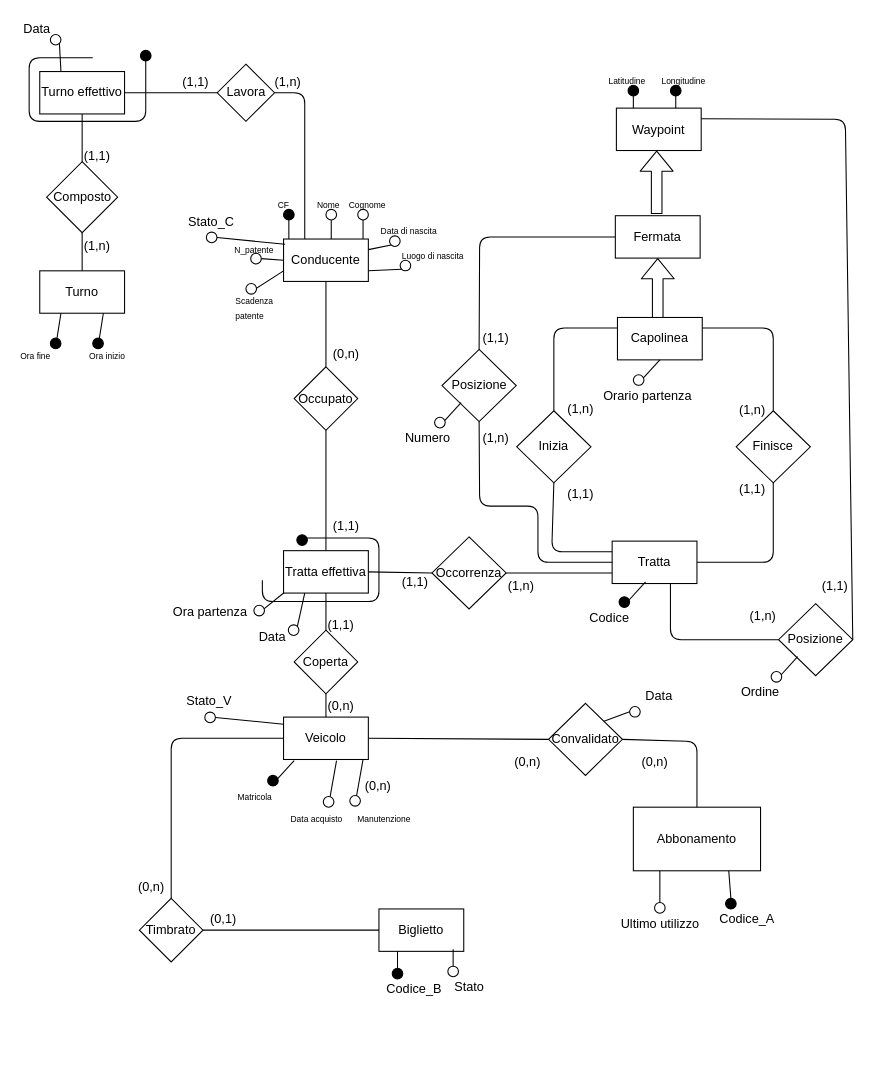
Before: ER_Ottimizzato.drawio in Ivan-Palm/Progetto-Basi-di-Dati, a draw.io diagram. Source tidied: cells renumbered, new cells numbered last; positions are measured from the earlier drawing's top-left corner, leaving out a move shared by most shapes. Both pictures are drawn from the tidied source at 106%, with x=0, y=0 at pixel (18, 18).
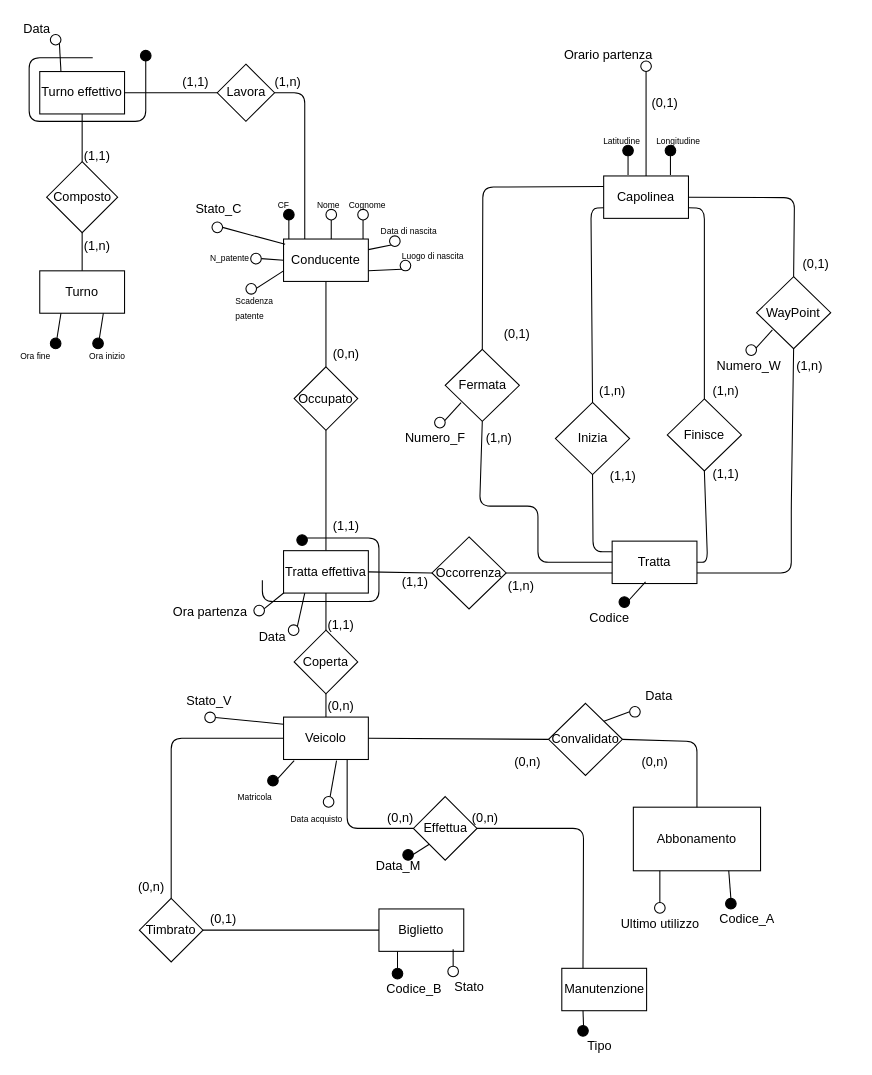
The same diagram, later.

The change refers to these unchanged cells:
```xml
<mxCell id="6" value="Tratta" style="rounded=0;whiteSpace=wrap;html=1;" parent="1" vertex="1">
  <mxGeometry x="560" y="493" width="80" height="40" as="geometry" />
</mxCell>
<mxCell id="26" value="Veicolo" style="rounded=0;whiteSpace=wrap;html=1;" parent="1" vertex="1">
  <mxGeometry x="250" y="659" width="80" height="40" as="geometry" />
</mxCell>
```

What changed in the source:
```diff
@@
-    <mxCell id="5" style="shape=flexArrow;endArrow=classic;html=1;entryX=0.5;entryY=1;entryDx=0;entryDy=0;fillColor=#FFFFFF;" parent="1" edge="1">
-      <mxGeometry relative="1" as="geometry">
-        <mxPoint x="603" y="286" as="sourcePoint" />
-        <mxPoint x="603" y="226" as="targetPoint" />
-      </mxGeometry>
-    </mxCell>
@@
     <mxCell id="7" style="endArrow=none;html=1;fillColor=#000000;exitX=0.25;exitY=0;exitDx=0;exitDy=0;" parent="1" edge="1">
       <mxGeometry relative="1" as="geometry">
-        <mxPoint x="580" y="91" as="sourcePoint" />
-        <mxPoint x="580" y="71" as="targetPoint" />
+        <mxPoint x="575" y="147.5" as="sourcePoint" />
+        <mxPoint x="575" y="127.5" as="targetPoint" />
       </mxGeometry>
     </mxCell>
-    <mxCell id="8" value="Fermata" style="rounded=0;whiteSpace=wrap;html=1;" parent="1" vertex="1">
-      <mxGeometry x="563" y="186" width="80" height="40" as="geometry" />
-    </mxCell>
     <mxCell id="9" style="endArrow=none;html=1;fillColor=#000000;exitX=0.75;exitY=0;exitDx=0;exitDy=0;" parent="1" edge="1">
       <mxGeometry relative="1" as="geometry">
-        <mxPoint x="620" y="91" as="sourcePoint" />
-        <mxPoint x="620" y="71" as="targetPoint" />
+        <mxPoint x="615" y="147.5" as="sourcePoint" />
+        <mxPoint x="615" y="127.5" as="targetPoint" />
       </mxGeometry>
     </mxCell>
     <mxCell id="10" value="&lt;font style=&quot;font-size: 8px&quot;&gt;Latitudine&lt;/font&gt;" style="text;html=1;align=left;verticalAlign=top;spacingTop=-4;" parent="1" vertex="1">
-      <mxGeometry x="555" y="48" width="50" height="20" as="geometry" />
+      <mxGeometry x="550" y="104.5" width="50" height="20" as="geometry" />
     </mxCell>
     <mxCell id="11" style="ellipse;whiteSpace=wrap;html=1;fillColor=#000000;" parent="1" vertex="1">
-      <mxGeometry x="575" y="63" width="10" height="10" as="geometry" />
+      <mxGeometry x="570" y="119.5" width="10" height="10" as="geometry" />
     </mxCell>
     <mxCell id="12" value="&lt;font style=&quot;font-size: 8px&quot;&gt;Longitudine&lt;/font&gt;" style="text;html=1;align=left;verticalAlign=top;spacingTop=-4;" parent="1" vertex="1">
-      <mxGeometry x="605" y="48" width="50" height="20" as="geometry" />
+      <mxGeometry x="600" y="104.5" width="50" height="20" as="geometry" />
     </mxCell>
     <mxCell id="13" style="ellipse;whiteSpace=wrap;html=1;fillColor=#000000;" parent="1" vertex="1">
-      <mxGeometry x="615" y="63" width="10" height="10" as="geometry" />
+      <mxGeometry x="610" y="119.5" width="10" height="10" as="geometry" />
     </mxCell>
-    <mxCell id="14" value="Waypoint" style="rounded=0;whiteSpace=wrap;html=1;" parent="1" vertex="1">
-      <mxGeometry x="564" y="84.5" width="80" height="40" as="geometry" />
-    </mxCell>
@@
-    <mxCell id="51" style="endArrow=none;html=1;fillColor=#000000;exitX=0.625;exitY=1.025;exitDx=0;exitDy=0;exitPerimeter=0;" parent="1" edge="1">
-      <mxGeometry relative="1" as="geometry">
-        <mxPoint x="325" y="699" as="sourcePoint" />
-        <mxPoint x="317.5" y="741" as="targetPoint" />
-      </mxGeometry>
-    </mxCell>
-    <mxCell id="52" value="&lt;font style=&quot;font-size: 8px&quot;&gt;Manutenzione&lt;/font&gt;" style="text;html=1;points=[];align=left;verticalAlign=top;spacingTop=-4;" parent="1" vertex="1">
-      <mxGeometry x="317.5" y="744" width="60" height="20" as="geometry" />
-    </mxCell>
-    <mxCell id="53" style="ellipse;whiteSpace=wrap;html=1;fillColor=#FFFFFF;" parent="1" vertex="1">
-      <mxGeometry x="312.5" y="733" width="10" height="10" as="geometry" />
-    </mxCell>
-    <mxCell id="54" value="(0,n)" style="text;html=1;align=left;verticalAlign=top;spacingTop=-4;" parent="1" vertex="1">
-      <mxGeometry x="325" y="714" width="40" height="20" as="geometry" />
-    </mxCell>
@@
     <mxCell id="87" value="&lt;font style=&quot;font-size: 8px&quot;&gt;N_patente&lt;/font&gt;" style="text;html=1;align=left;verticalAlign=top;spacingTop=-4;" parent="1" vertex="1">
-      <mxGeometry x="201.5" y="208" width="50" height="20" as="geometry" />
+      <mxGeometry x="179" y="215" width="50" height="20" as="geometry" />
     </mxCell>
@@
     <mxCell id="92" value="Capolinea" style="rounded=0;whiteSpace=wrap;html=1;" parent="1" vertex="1">
-      <mxGeometry x="565" y="282" width="80" height="40" as="geometry" />
+      <mxGeometry x="552" y="148.5" width="80" height="40" as="geometry" />
     </mxCell>
-    <mxCell id="93" style="shape=flexArrow;endArrow=classic;html=1;entryX=0.5;entryY=1;entryDx=0;entryDy=0;fillColor=#FFFFFF;" parent="1" edge="1">
-      <mxGeometry relative="1" as="geometry">
-        <mxPoint x="602" y="184.5" as="sourcePoint" />
-        <mxPoint x="602" y="124.5" as="targetPoint" />
-      </mxGeometry>
-    </mxCell>
     <mxCell id="94" value="Finisce" style="rhombus;whiteSpace=wrap;html=1;" parent="1" vertex="1">
-      <mxGeometry x="677" y="370" width="70" height="68" as="geometry" />
+      <mxGeometry x="612" y="358.8" width="70" height="68" as="geometry" />
     </mxCell>
     <mxCell id="95" value="Inizia" style="rhombus;whiteSpace=wrap;html=1;" parent="1" vertex="1">
-      <mxGeometry x="470" y="370" width="70" height="68" as="geometry" />
+      <mxGeometry x="506.5" y="362.2" width="70" height="68" as="geometry" />
     </mxCell>
-    <mxCell id="96" style="endArrow=none;html=1;fillColor=#FFFFFF;entryX=0;entryY=0.25;entryDx=0;entryDy=0;exitX=0.5;exitY=1;exitDx=0;exitDy=0;" parent="1" edge="1" source="95" target="6">
-      <mxGeometry relative="1" as="geometry">
-        <Array as="points">
-          <mxPoint x="503" y="503" />
-        </Array>
-      </mxGeometry>
-    </mxCell>
-    <mxCell id="97" style="endArrow=none;html=1;fillColor=#FFFFFF;entryX=1;entryY=0.5;entryDx=0;entryDy=0;exitX=0.5;exitY=1;exitDx=0;exitDy=0;" parent="1" edge="1" source="94" target="6">
-      <mxGeometry relative="1" as="geometry">
-        <Array as="points">
-          <mxPoint x="712" y="513" />
-        </Array>
-      </mxGeometry>
-    </mxCell>
-    <mxCell id="98" style="endArrow=none;html=1;fillColor=#FFFFFF;entryX=0.5;entryY=0;entryDx=0;entryDy=0;exitX=1;exitY=0.25;exitDx=0;exitDy=0;" parent="1" edge="1" source="92" target="94">
-      <mxGeometry relative="1" as="geometry">
-        <Array as="points">
-          <mxPoint x="712" y="292" />
-        </Array>
-      </mxGeometry>
-    </mxCell>
-    <mxCell id="99" style="endArrow=none;html=1;fillColor=#FFFFFF;entryX=0.5;entryY=0;entryDx=0;entryDy=0;exitX=0;exitY=0.25;exitDx=0;exitDy=0;" parent="1" edge="1" source="92" target="95">
-      <mxGeometry relative="1" as="geometry">
-        <Array as="points">
-          <mxPoint x="505" y="292" />
-        </Array>
-      </mxGeometry>
-    </mxCell>
     <mxCell id="100" value="(1,1)" style="text;html=1;align=center;verticalAlign=middle;direction=south;" parent="1" vertex="1">
-      <mxGeometry x="520" y="429" width="20" height="40" as="geometry" />
+      <mxGeometry x="560" y="411.5" width="20" height="40" as="geometry" />
     </mxCell>
     <mxCell id="101" value="(1,1)" style="text;html=1;align=center;verticalAlign=middle;direction=south;" parent="1" vertex="1">
-      <mxGeometry x="682" y="424" width="20" height="40" as="geometry" />
+      <mxGeometry x="657" y="410" width="20" height="40" as="geometry" />
     </mxCell>
     <mxCell id="102" value="(1,n)" style="text;html=1;align=center;verticalAlign=middle;direction=south;" parent="1" vertex="1">
-      <mxGeometry x="510" y="358.5" width="40" height="20" as="geometry" />
+      <mxGeometry x="540" y="342.2" width="40" height="20" as="geometry" />
     </mxCell>
     <mxCell id="103" value="(1,n)" style="text;html=1;align=center;verticalAlign=middle;direction=south;" parent="1" vertex="1">
-      <mxGeometry x="672" y="360" width="40" height="20" as="geometry" />
+      <mxGeometry x="647" y="342.2" width="40" height="20" as="geometry" />
     </mxCell>
@@
-    <mxCell id="113" style="endArrow=none;html=1;fillColor=#000000;exitX=0.125;exitY=1.025;exitDx=0;exitDy=0;exitPerimeter=0;" parent="1" edge="1">
-      <mxGeometry relative="1" as="geometry">
-        <mxPoint x="605" y="322" as="sourcePoint" />
-        <mxPoint x="585" y="344" as="targetPoint" />
-      </mxGeometry>
+    <mxCell id="113" style="endArrow=none;html=1;fillColor=#000000;exitX=0.5;exitY=0;exitDx=0;exitDy=0;entryX=0.5;entryY=0;entryDx=0;entryDy=0;" parent="1" edge="1" source="92" target="115">
+      <mxGeometry relative="1" as="geometry" />
     </mxCell>
     <mxCell id="114" value="Orario partenza" style="text;html=1;align=left;verticalAlign=top;spacingTop=-4;" parent="1" vertex="1">
-      <mxGeometry x="550" y="346" width="100" height="20" as="geometry" />
+      <mxGeometry x="512.5" y="25" width="100" height="20" as="geometry" />
     </mxCell>
     <mxCell id="115" style="ellipse;whiteSpace=wrap;html=1;fillColor=#FFFFFF;" parent="1" vertex="1">
-      <mxGeometry x="580" y="336" width="10" height="10" as="geometry" />
+      <mxGeometry x="587" y="40" width="10" height="10" as="geometry" />
     </mxCell>
@@
     <mxCell id="141" value="Stato_C" style="text;html=1;strokeColor=none;fillColor=none;align=center;verticalAlign=middle;whiteSpace=wrap;rounded=0;" parent="1" vertex="1">
-      <mxGeometry x="161.5" y="181.5" width="40" height="20" as="geometry" />
+      <mxGeometry x="169" y="170" width="40" height="20" as="geometry" />
     </mxCell>
     <mxCell id="142" style="ellipse;whiteSpace=wrap;html=1;fillColor=#FFFFFF;" parent="1" vertex="1">
-      <mxGeometry x="177.2" y="201.5" width="10" height="10" as="geometry" />
+      <mxGeometry x="182.5" y="192" width="10" height="10" as="geometry" />
     </mxCell>
-    <mxCell id="143" value="Posizione" style="rhombus;whiteSpace=wrap;html=1;" parent="1" vertex="1">
-      <mxGeometry x="717" y="552" width="70" height="68" as="geometry" />
-    </mxCell>
-    <mxCell id="144" value="(1,1)" style="text;html=1;align=center;verticalAlign=middle;direction=south;" parent="1" vertex="1">
-      <mxGeometry x="760" y="515.5" width="20" height="40" as="geometry" />
-    </mxCell>
-    <mxCell id="145" value="(1,n)" style="text;html=1;align=center;verticalAlign=middle;direction=south;" parent="1" vertex="1">
-      <mxGeometry x="682" y="553.5" width="40" height="20" as="geometry" />
-    </mxCell>
-    <mxCell id="146" style="endArrow=none;html=1;entryX=0.75;entryY=1;entryDx=0;entryDy=0;exitX=0;exitY=0.5;exitDx=0;exitDy=0;" parent="1" edge="1" source="143">
-      <mxGeometry relative="1" as="geometry">
-        <mxPoint x="615" y="533" as="targetPoint" />
-        <Array as="points">
-          <mxPoint x="615" y="586" />
-        </Array>
-      </mxGeometry>
-    </mxCell>
-    <mxCell id="147" style="endArrow=none;html=1;entryX=1;entryY=0.5;entryDx=0;entryDy=0;exitX=1;exitY=0.25;exitDx=0;exitDy=0;" parent="1" edge="1" source="14" target="143">
-      <mxGeometry relative="1" as="geometry">
-        <Array as="points">
-          <mxPoint x="780" y="95" />
-        </Array>
-      </mxGeometry>
-    </mxCell>
-    <mxCell id="148" style="endArrow=none;html=1;fillColor=#000000;exitX=0.125;exitY=1.025;exitDx=0;exitDy=0;exitPerimeter=0;" parent="1" edge="1">
-      <mxGeometry relative="1" as="geometry">
-        <mxPoint x="735" y="602" as="sourcePoint" />
-        <mxPoint x="715" y="624" as="targetPoint" />
-      </mxGeometry>
-    </mxCell>
-    <mxCell id="149" value="Ordine" style="text;html=1;align=left;verticalAlign=top;spacingTop=-4;" parent="1" vertex="1">
-      <mxGeometry x="680" y="626" width="50" height="20" as="geometry" />
-    </mxCell>
-    <mxCell id="150" style="ellipse;whiteSpace=wrap;html=1;fillColor=#FFFFFF;" parent="1" vertex="1">
-      <mxGeometry x="710" y="616" width="10" height="10" as="geometry" />
-    </mxCell>
-    <mxCell id="151" value="Posizione" style="rhombus;whiteSpace=wrap;html=1;" parent="1" vertex="1">
-      <mxGeometry x="399.5" y="312.2" width="70" height="68" as="geometry" />
+    <mxCell id="151" value="Fermata" style="rhombus;whiteSpace=wrap;html=1;" parent="1" vertex="1">
+      <mxGeometry x="402.5" y="312" width="70" height="68" as="geometry" />
     </mxCell>
-    <mxCell id="152" value="(1,1)" style="text;html=1;align=center;verticalAlign=middle;direction=south;" parent="1" vertex="1">
-      <mxGeometry x="440" y="282" width="20" height="40" as="geometry" />
+    <mxCell id="152" value="(0,1)" style="text;html=1;align=center;verticalAlign=middle;direction=south;" parent="1" vertex="1">
+      <mxGeometry x="450" y="288" width="40" height="20" as="geometry" />
     </mxCell>
     <mxCell id="153" value="(1,n)" style="text;html=1;align=center;verticalAlign=middle;direction=south;" parent="1" vertex="1">
-      <mxGeometry x="429.5" y="386.2" width="40" height="20" as="geometry" />
+      <mxGeometry x="432.5" y="386.2" width="40" height="20" as="geometry" />
     </mxCell>
@@
-    <mxCell id="155" value="Numero" style="text;html=1;align=left;verticalAlign=top;spacingTop=-4;" parent="1" vertex="1">
-      <mxGeometry x="362.5" y="386.2" width="60" height="20" as="geometry" />
+    <mxCell id="155" value="Numero_F" style="text;html=1;align=left;verticalAlign=top;spacingTop=-4;" parent="1" vertex="1">
+      <mxGeometry x="362.5" y="386.2" width="70" height="20" as="geometry" />
     </mxCell>
@@
-    <mxCell id="158" style="endArrow=none;html=1;fillColor=#FFFFFF;entryX=0.5;entryY=0;entryDx=0;entryDy=0;exitX=0;exitY=0.5;exitDx=0;exitDy=0;" parent="1" edge="1" source="8" target="151">
-      <mxGeometry relative="1" as="geometry">
-        <Array as="points">
-          <mxPoint x="435" y="206" />
-        </Array>
-      </mxGeometry>
-    </mxCell>
+    <mxCell id="159" value="(0,1)" style="text;html=1;strokeColor=none;fillColor=none;align=center;verticalAlign=middle;whiteSpace=wrap;rounded=0;" parent="1" vertex="1">
+      <mxGeometry x="590" y="70" width="40" height="20" as="geometry" />
+    </mxCell>
+    <mxCell id="160" style="endArrow=none;html=1;exitX=0.5;exitY=0;exitDx=0;exitDy=0;entryX=0;entryY=0.25;entryDx=0;entryDy=0;" parent="1" edge="1" source="151" target="92">
+      <mxGeometry relative="1" as="geometry">
+        <Array as="points">
+          <mxPoint x="438" y="159" />
+        </Array>
+      </mxGeometry>
+    </mxCell>
+    <mxCell id="161" style="endArrow=none;html=1;exitX=0;exitY=0.25;exitDx=0;exitDy=0;entryX=0.5;entryY=1;entryDx=0;entryDy=0;" parent="1" edge="1" source="6" target="95">
+      <mxGeometry relative="1" as="geometry">
+        <Array as="points">
+          <mxPoint x="542" y="503" />
+        </Array>
+      </mxGeometry>
+    </mxCell>
+    <mxCell id="162" style="endArrow=none;html=1;exitX=1;exitY=0.5;exitDx=0;exitDy=0;entryX=0.5;entryY=1;entryDx=0;entryDy=0;" parent="1" edge="1" source="6" target="94">
+      <mxGeometry relative="1" as="geometry">
+        <Array as="points">
+          <mxPoint x="650" y="513" />
+        </Array>
+      </mxGeometry>
+    </mxCell>
+    <mxCell id="163" style="endArrow=none;html=1;exitX=0.5;exitY=0;exitDx=0;exitDy=0;entryX=0;entryY=0.75;entryDx=0;entryDy=0;" parent="1" edge="1" source="95" target="92">
+      <mxGeometry relative="1" as="geometry">
+        <Array as="points">
+          <mxPoint x="540" y="179" />
+        </Array>
+      </mxGeometry>
+    </mxCell>
+    <mxCell id="164" style="endArrow=none;html=1;exitX=0.5;exitY=0;exitDx=0;exitDy=0;entryX=1;entryY=0.75;entryDx=0;entryDy=0;" parent="1" edge="1" source="94" target="92">
+      <mxGeometry relative="1" as="geometry">
+        <Array as="points">
+          <mxPoint x="647" y="179" />
+        </Array>
+      </mxGeometry>
+    </mxCell>
+    <mxCell id="165" value="WayPoint" style="rhombus;whiteSpace=wrap;html=1;" parent="1" vertex="1">
+      <mxGeometry x="696.2" y="243.5" width="70" height="68" as="geometry" />
+    </mxCell>
+    <mxCell id="145" value="(1,n)" style="text;html=1;align=center;verticalAlign=middle;direction=south;" parent="1" vertex="1">
+      <mxGeometry x="726.2" y="317.8" width="40" height="20" as="geometry" />
+    </mxCell>
+    <mxCell id="166" style="endArrow=none;html=1;fillColor=#000000;exitX=0.125;exitY=1.025;exitDx=0;exitDy=0;exitPerimeter=0;" parent="1" edge="1">
+      <mxGeometry relative="1" as="geometry">
+        <mxPoint x="711.2" y="293.8" as="sourcePoint" />
+        <mxPoint x="691.2" y="315.8" as="targetPoint" />
+      </mxGeometry>
+    </mxCell>
+    <mxCell id="167" style="ellipse;whiteSpace=wrap;html=1;fillColor=#FFFFFF;" parent="1" vertex="1">
+      <mxGeometry x="686.2" y="307.8" width="10" height="10" as="geometry" />
+    </mxCell>
+    <mxCell id="168" style="endArrow=none;html=1;entryX=1;entryY=0.75;entryDx=0;entryDy=0;exitX=0.5;exitY=1;exitDx=0;exitDy=0;" parent="1" edge="1" source="165" target="6">
+      <mxGeometry relative="1" as="geometry">
+        <Array as="points">
+          <mxPoint x="729" y="460" />
+          <mxPoint x="729" y="523" />
+        </Array>
+      </mxGeometry>
+    </mxCell>
+    <mxCell id="169" style="endArrow=none;html=1;exitX=0.5;exitY=0;exitDx=0;exitDy=0;entryX=1;entryY=0.5;entryDx=0;entryDy=0;" parent="1" edge="1" source="165" target="92">
+      <mxGeometry relative="1" as="geometry">
+        <Array as="points">
+          <mxPoint x="732" y="169" />
+        </Array>
+      </mxGeometry>
+    </mxCell>
+    <mxCell id="170" value="(0,1)" style="text;html=1;align=center;verticalAlign=middle;direction=south;" parent="1" vertex="1">
+      <mxGeometry x="732" y="221.5" width="40" height="20" as="geometry" />
+    </mxCell>
+    <mxCell id="171" value="Numero_W" style="text;html=1;align=left;verticalAlign=top;spacingTop=-4;" parent="1" vertex="1">
+      <mxGeometry x="657" y="317.8" width="80" height="20" as="geometry" />
+    </mxCell>
+    <mxCell id="172" style="endArrow=none;html=1;entryX=0.75;entryY=1;entryDx=0;entryDy=0;exitX=0;exitY=0.5;exitDx=0;exitDy=0;" parent="1" edge="1" source="173" target="26">
+      <mxGeometry relative="1" as="geometry">
+        <Array as="points">
+          <mxPoint x="310" y="764" />
+        </Array>
+      </mxGeometry>
+    </mxCell>
+    <mxCell id="173" value="Effettua" style="rhombus;whiteSpace=wrap;html=1;" parent="1" vertex="1">
+      <mxGeometry x="372.5" y="734" width="60" height="60" as="geometry" />
+    </mxCell>
+    <mxCell id="52" value="Manutenzione" style="rounded=0;whiteSpace=wrap;html=1;" parent="1" vertex="1">
+      <mxGeometry x="512.5" y="896" width="80" height="40" as="geometry" />
+    </mxCell>
+    <mxCell id="174" style="endArrow=none;html=1;entryX=1;entryY=0.5;entryDx=0;entryDy=0;exitX=0.25;exitY=0;exitDx=0;exitDy=0;" parent="1" edge="1" source="52" target="173">
+      <mxGeometry relative="1" as="geometry">
+        <Array as="points">
+          <mxPoint x="533" y="764" />
+        </Array>
+      </mxGeometry>
+    </mxCell>
+    <mxCell id="175" style="endArrow=none;html=1;entryX=0.25;entryY=1;entryDx=0;entryDy=0;" parent="1" edge="1" target="52">
+      <mxGeometry relative="1" as="geometry">
+        <mxPoint x="533" y="950" as="sourcePoint" />
+      </mxGeometry>
+    </mxCell>
+    <mxCell id="176" style="ellipse;whiteSpace=wrap;html=1;fillColor=#000000;" parent="1" vertex="1">
+      <mxGeometry x="527.5" y="950" width="10" height="10" as="geometry" />
+    </mxCell>
+    <mxCell id="177" value="Tipo" style="text;html=1;align=center;verticalAlign=middle;" parent="1" vertex="1">
+      <mxGeometry x="527.5" y="960" width="40" height="20" as="geometry" />
+    </mxCell>
+    <mxCell id="178" style="endArrow=none;html=1;entryX=0;entryY=1;entryDx=0;entryDy=0;" parent="1" edge="1" target="173">
+      <mxGeometry relative="1" as="geometry">
+        <mxPoint x="370" y="790" as="sourcePoint" />
+      </mxGeometry>
+    </mxCell>
+    <mxCell id="179" style="ellipse;whiteSpace=wrap;html=1;fillColor=#000000;" parent="1" vertex="1">
+      <mxGeometry x="362.5" y="784" width="10" height="10" as="geometry" />
+    </mxCell>
+    <mxCell id="180" value="Data_M" style="text;html=1;align=center;verticalAlign=middle;" parent="1" vertex="1">
+      <mxGeometry x="327.5" y="790" width="60" height="20" as="geometry" />
+    </mxCell>
+    <mxCell id="181" value="(0,n)" style="text;html=1;align=center;verticalAlign=middle;" parent="1" vertex="1">
+      <mxGeometry x="340" y="744" width="40" height="20" as="geometry" />
+    </mxCell>
+    <mxCell id="182" value="(0,n)" style="text;html=1;align=center;verticalAlign=middle;" parent="1" vertex="1">
+      <mxGeometry x="420" y="744" width="40" height="20" as="geometry" />
+    </mxCell>
```
